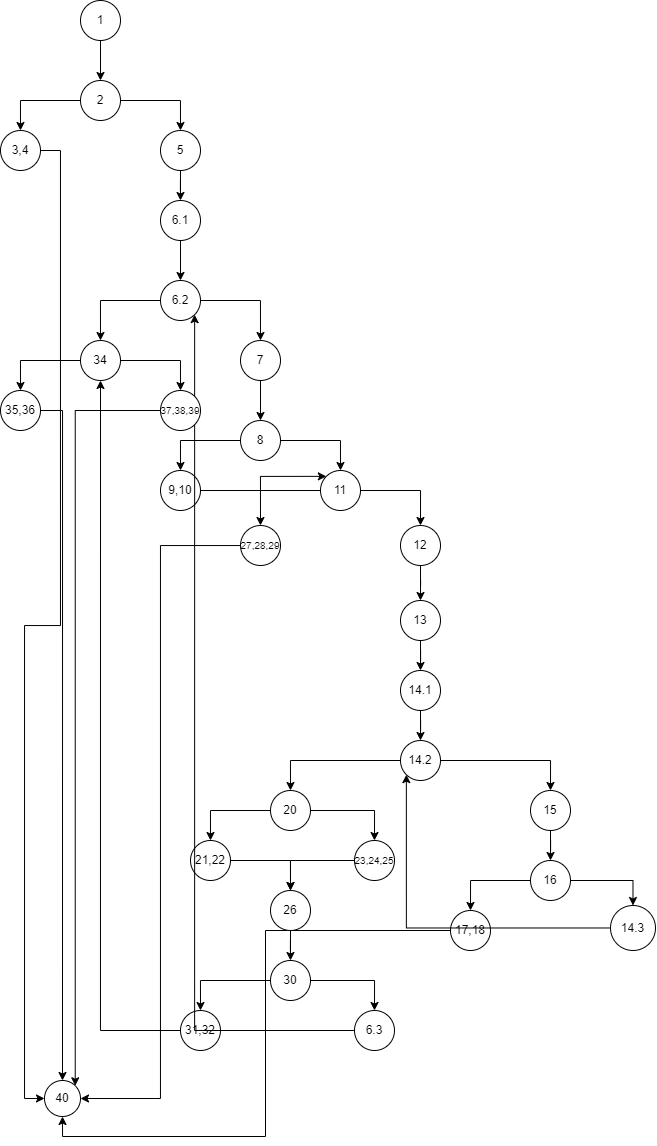
Above: cfg.png in sanjavasilova/SI_2024_lab2_226005 (draw.io), before the change. Source tidied: cells renumbered, new cells last; positions are measured from the earlier drawing's top-left corner, leaving out a move shared by most shapes.
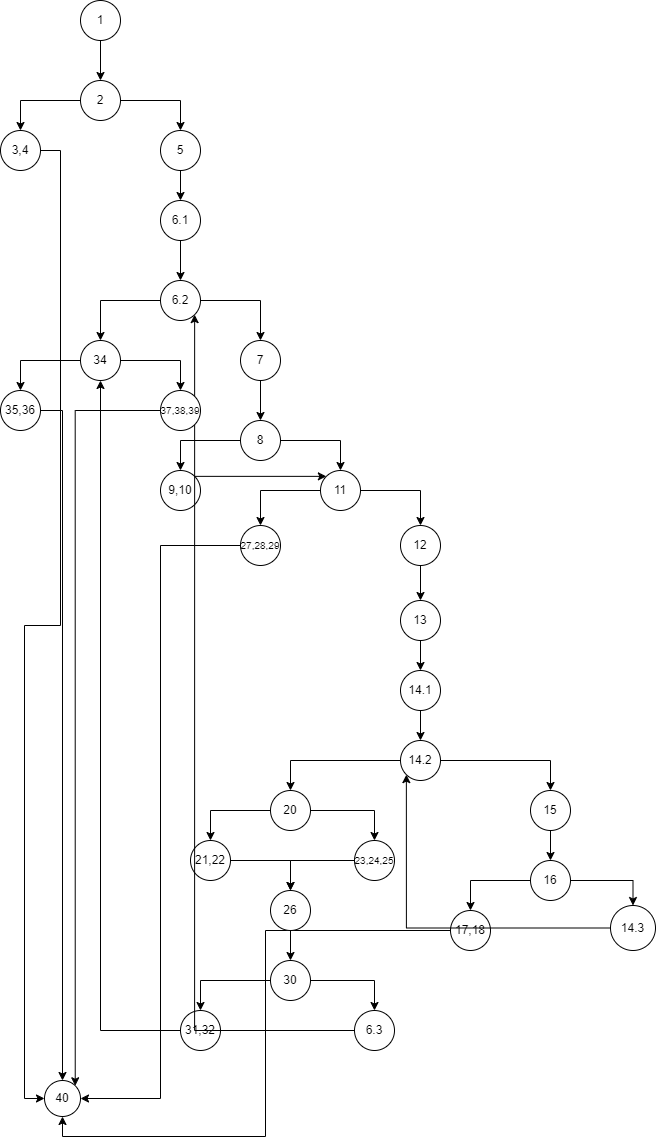
The same file after the commit.

What changed in the source:
```diff
@@ -59,7 +59,7 @@
     <mxCell id="20" value="8" style="ellipse;whiteSpace=wrap;html=1;" parent="1" vertex="1">
       <mxGeometry x="240" y="420" width="40" height="40" as="geometry" />
     </mxCell>
-    <mxCell id="21" style="edgeStyle=orthogonalEdgeStyle;rounded=0;jettySize=auto;html=1;entryX=0;entryY=0;entryDx=0;entryDy=0;" parent="1" edge="1" source="22" target="25">
+    <mxCell id="21" style="edgeStyle=orthogonalEdgeStyle;rounded=0;jettySize=auto;html=1;exitX=1;exitY=0;exitDx=0;exitDy=0;entryX=0;entryY=0;entryDx=0;entryDy=0;" parent="1" edge="1" source="22" target="25">
       <mxGeometry relative="1" as="geometry" />
     </mxCell>
     <mxCell id="22" value="9,10" style="ellipse;whiteSpace=wrap;html=1;" parent="1" vertex="1">
```
